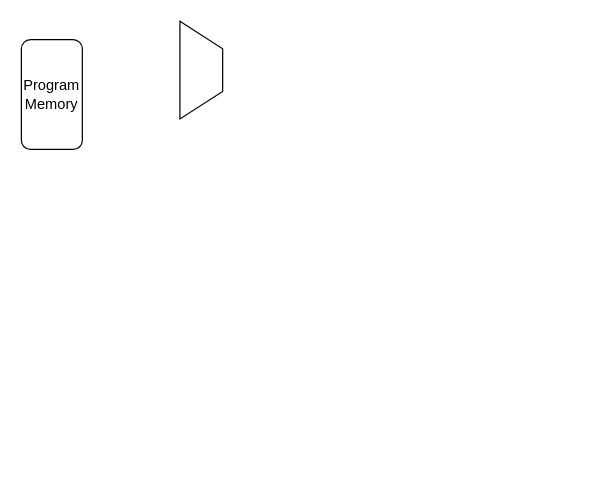
NinjaKnight1/ComputerSystemerCellDetection2 keeps this draw.io diagram as CPU.drawio. Above is the earlier version. Source tidied: cells renumbered, new cells numbered last; positions are measured from the earlier drawing's top-left corner, leaving out a move shared by most shapes. Both pictures are drawn from the tidied source at 122%, with x=0, y=0 at pixel (21, 39).
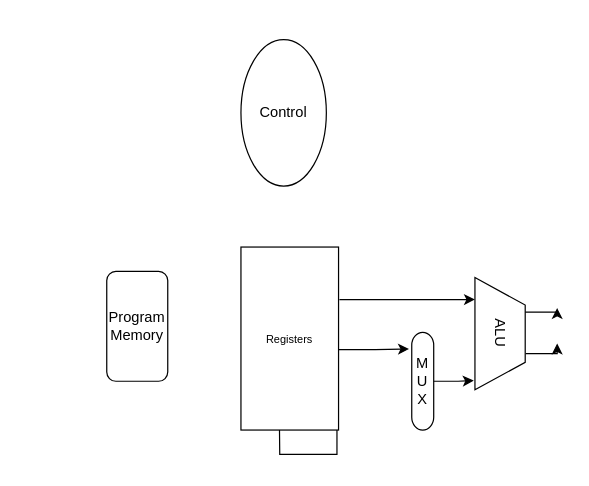
Above is the later version.

Change to the diagram source:
```diff
@@
 <mxGraphModel>
   <root>
     <mxCell id="0" />
     <mxCell id="1" parent="0" />
     <mxCell id="2" value="Program&lt;br&gt;Memory" style="rounded=1;whiteSpace=wrap;html=1;" parent="1" vertex="1">
-      <mxGeometry width="50" height="90" as="geometry" />
+      <mxGeometry x="70" y="190" width="50" height="90" as="geometry" />
     </mxCell>
+    <mxCell id="4" style="edgeStyle=orthogonalEdgeStyle;rounded=0;jettySize=auto;html=1;exitX=0.309;exitY=0.018;exitDx=0;exitDy=0;exitPerimeter=0;" parent="1" edge="1" source="3">
+      <mxGeometry relative="1" as="geometry">
+        <mxPoint x="439.2" y="220" as="targetPoint" />
+      </mxGeometry>
+    </mxCell>
+    <mxCell id="5" style="edgeStyle=orthogonalEdgeStyle;rounded=0;jettySize=auto;html=1;exitX=0.677;exitY=-0.009;exitDx=0;exitDy=0;exitPerimeter=0;" parent="1" edge="1" source="3">
+      <mxGeometry relative="1" as="geometry">
+        <mxPoint x="439.2" y="249" as="targetPoint" />
+      </mxGeometry>
+    </mxCell>
-    <mxCell id="3" style="shape=trapezoid;perimeter=trapezoidPerimeter;whiteSpace=wrap;html=1;fixedSize=1;rotation=90;size=22.5;rounded=0;shadow=0;" parent="1" vertex="1">
-      <mxGeometry x="107.5" y="7.5" width="80" height="35" as="geometry" />
+    <mxCell id="3" value="ALU" style="shape=trapezoid;perimeter=trapezoidPerimeter;whiteSpace=wrap;html=1;fixedSize=1;rotation=90;size=22.5;rounded=0;shadow=0;" parent="1" vertex="1">
+      <mxGeometry x="346.4" y="220.4" width="92" height="41.2" as="geometry" />
     </mxCell>
+    <mxCell id="6" value="M&lt;br&gt;U&lt;br&gt;X" style="rounded=1;whiteSpace=wrap;html=1;imageHeight=24;arcSize=58;rotation=0;" parent="1" vertex="1">
+      <mxGeometry x="320" y="240" width="18" height="80" as="geometry" />
+    </mxCell>
+    <mxCell id="7" style="edgeStyle=orthogonalEdgeStyle;rounded=0;jettySize=auto;html=1;exitX=0.984;exitY=0.563;exitDx=0;exitDy=0;exitPerimeter=0;" parent="1" edge="1" source="12">
+      <mxGeometry relative="1" as="geometry">
+        <mxPoint x="211.3" y="290" as="targetPoint" />
+      </mxGeometry>
+    </mxCell>
+    <mxCell id="8" style="edgeStyle=orthogonalEdgeStyle;rounded=0;jettySize=auto;html=1;entryX=-0.125;entryY=0.169;entryDx=0;entryDy=0;entryPerimeter=0;exitX=0.978;exitY=0.56;exitDx=0;exitDy=0;exitPerimeter=0;" parent="1" edge="1" source="12" target="6">
+      <mxGeometry relative="1" as="geometry" />
+    </mxCell>
+    <mxCell id="9" style="edgeStyle=orthogonalEdgeStyle;rounded=0;jettySize=auto;html=1;entryX=0.918;entryY=1.024;entryDx=0;entryDy=0;entryPerimeter=0;" parent="1" edge="1" source="6" target="3">
+      <mxGeometry relative="1" as="geometry" />
+    </mxCell>
+    <mxCell id="10" style="edgeStyle=orthogonalEdgeStyle;rounded=0;jettySize=auto;html=1;entryX=0.196;entryY=1;entryDx=0;entryDy=0;entryPerimeter=0;exitX=1.009;exitY=0.287;exitDx=0;exitDy=0;exitPerimeter=0;" parent="1" edge="1" source="12" target="3">
+      <mxGeometry relative="1" as="geometry" />
+    </mxCell>
+    <mxCell id="11" style="edgeStyle=orthogonalEdgeStyle;rounded=0;jettySize=auto;html=1;exitX=0.984;exitY=0.563;exitDx=0;exitDy=0;exitPerimeter=0;" parent="1" edge="1" target="12">
+      <mxGeometry relative="1" as="geometry">
+        <mxPoint x="240" y="254.5" as="sourcePoint" />
+      </mxGeometry>
+    </mxCell>
+    <mxCell id="12" value="&lt;font style=&quot;font-size: 9px;&quot;&gt;Registers&lt;/font&gt;" style="rounded=0;whiteSpace=wrap;html=1;" parent="1" vertex="1">
+      <mxGeometry x="180" y="170" width="80" height="150" as="geometry" />
+    </mxCell>
+    <mxCell id="13" value="Control" style="ellipse;whiteSpace=wrap;html=1;" parent="1" vertex="1">
+      <mxGeometry x="180" width="70" height="120" as="geometry" />
+    </mxCell>
   </root>
 </mxGraphModel>
```
